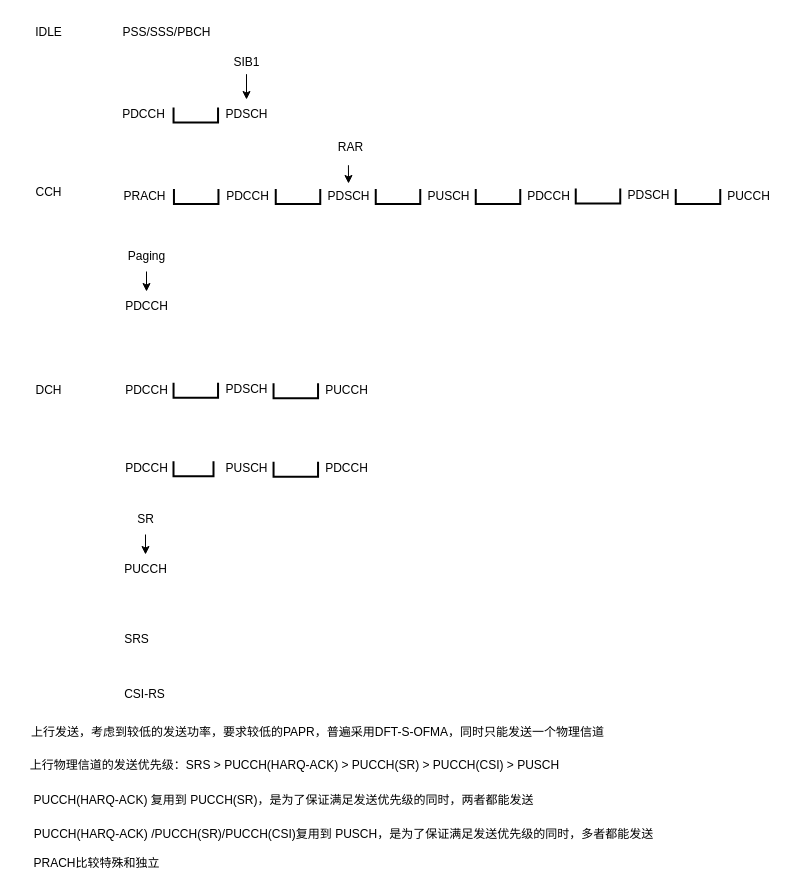
wubobupt/drawio keeps this draw.io diagram as page "物理信道的使用模式" (8 of 15) of 1.drawio. Above is the earlier version. Source tidied: cells renumbered, new cells numbered last; positions are measured from the earlier drawing's top-left corner, leaving out a move shared by most shapes. Both pictures are drawn from the tidied source at 100%, with x=0, y=0 at pixel (17, 17).
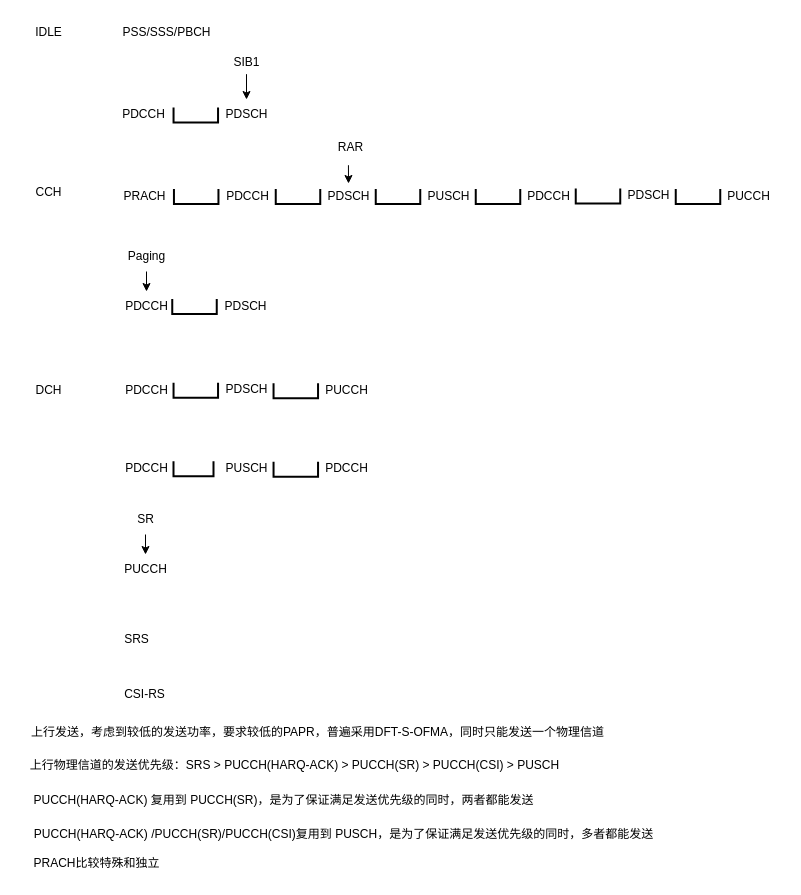
The same diagram, later.

Diff of the diagram source:
```diff
@@
+    <mxCell id="49" value="PDSCH" style="text;html=1;align=center;verticalAlign=middle;strokeColor=none;fillColor=none;" parent="1" vertex="1">
+      <mxGeometry x="192.8" y="273.5" width="70" height="30" as="geometry" />
+    </mxCell>
+    <mxCell id="50" style="strokeWidth=2;html=1;shape=mxgraph.flowchart.annotation_1;align=left;rotation=-90;" parent="1" vertex="1">
+      <mxGeometry x="169.5" y="266.8" width="15" height="44.5" as="geometry" />
+    </mxCell>
```
